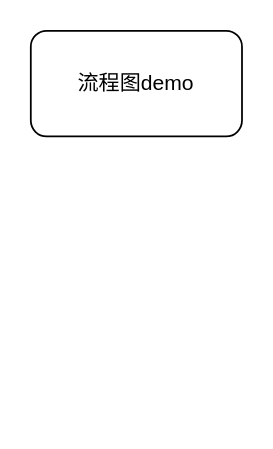
This is drawioDemo.drawio from yangzhijiawork/drawio-Project, a draw.io file, before an edit. Source tidied: cells renumbered, new cells numbered last; positions are measured from the earlier drawing's top-left corner, leaving out a move shared by most shapes. Both pictures are drawn from the tidied source at 176%, with x=0, y=0 at pixel (30, 30).
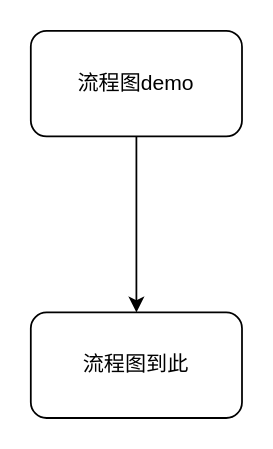
The same diagram, later.

Diff of the diagram source:
```diff
@@
 <mxGraphModel>
   <root>
     <mxCell id="0" />
     <mxCell id="1" parent="0" />
+    <mxCell id="3" style="edgeStyle=orthogonalEdgeStyle;rounded=0;jettySize=auto;html=1;exitX=0.5;exitY=1;exitDx=0;exitDy=0;" parent="1" edge="1" source="2" target="4">
+      <mxGeometry relative="1" as="geometry" />
+    </mxCell>
     <mxCell id="2" value="流程图demo" style="rounded=1;whiteSpace=wrap;html=1;" parent="1" vertex="1">
       <mxGeometry width="120" height="60" as="geometry" />
     </mxCell>
+    <mxCell id="4" value="流程图到此" style="rounded=1;whiteSpace=wrap;html=1;" parent="1" vertex="1">
+      <mxGeometry y="160" width="120" height="60" as="geometry" />
+    </mxCell>
   </root>
 </mxGraphModel>
```
